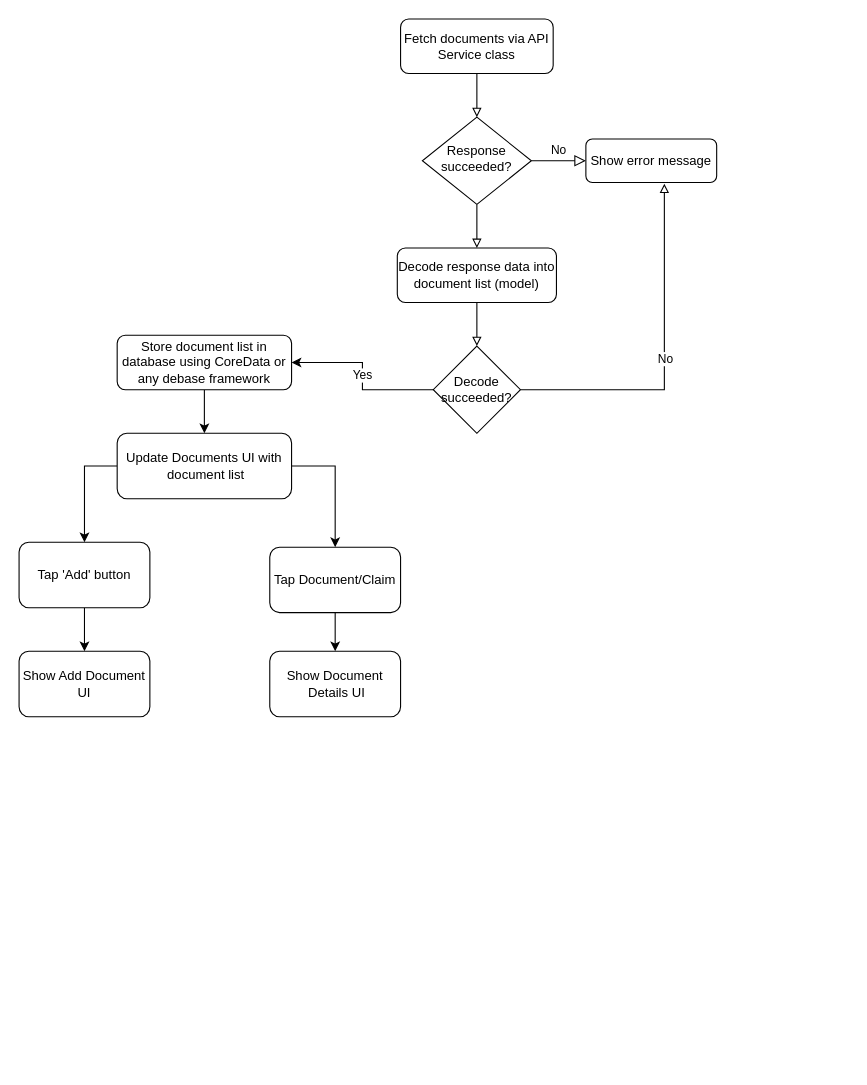
The draw.io diagram Fetch Documents Diagram.drawio in stevenhuynh/Diagrams, before the edit. Source tidied: cells renumbered, new cells numbered last; positions are measured from the earlier drawing's top-left corner, leaving out a move shared by most shapes. Both pictures are drawn from the tidied source at 109%, with x=0, y=0 at pixel (19, 19).
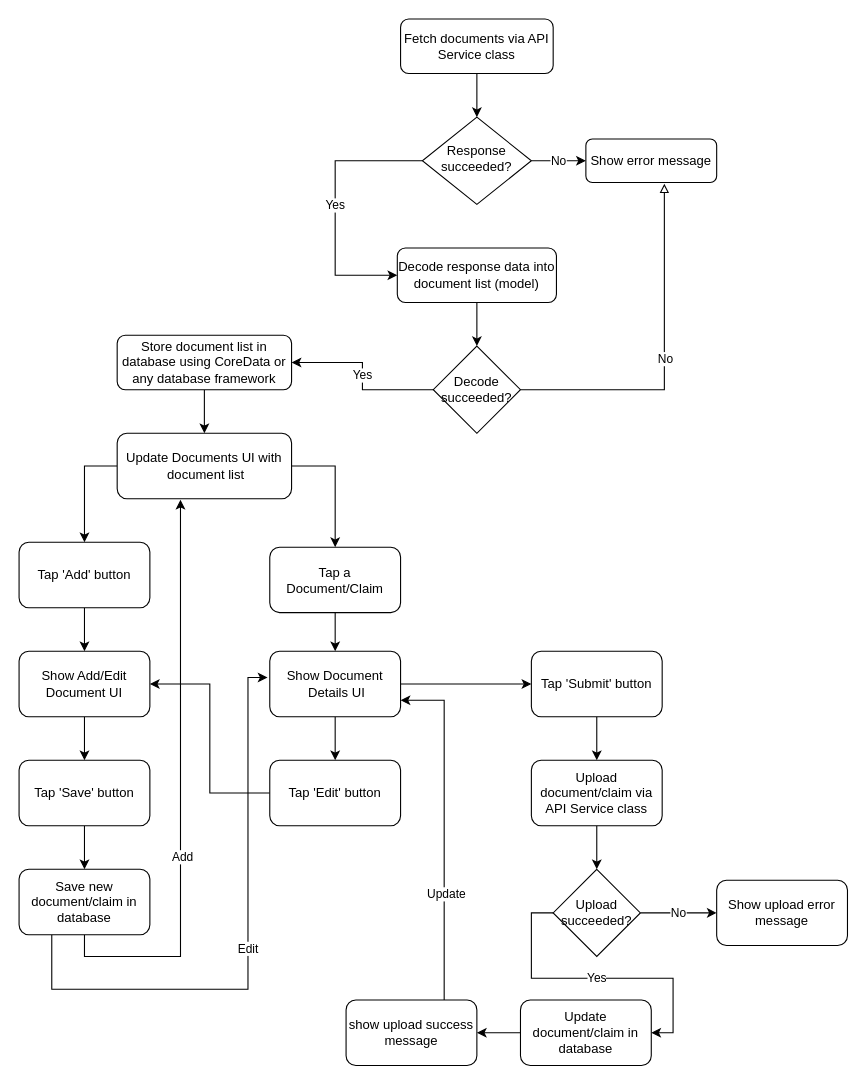
The same diagram, later.

The change refers to these unchanged cells:
```xml
<mxCell id="4" value="Response succeeded?" style="rhombus;whiteSpace=wrap;html=1;shadow=0;fontFamily=Helvetica;fontSize=12;align=center;strokeWidth=1;spacing=6;spacingTop=-4;" parent="1" vertex="1">
  <mxGeometry x="370" y="90" width="100" height="80" as="geometry" />
</mxCell>
<mxCell id="6" value="Fetch documents via API Service class" style="rounded=1;whiteSpace=wrap;html=1;" parent="1" vertex="1">
  <mxGeometry x="350" width="140" height="50" as="geometry" />
</mxCell>
<mxCell id="10" value="Decode response data into document list (model)" style="rounded=1;whiteSpace=wrap;html=1;" parent="1" vertex="1">
  <mxGeometry x="347" y="210" width="146" height="50" as="geometry" />
</mxCell>
<mxCell id="12" value="Decode succeeded?" style="rhombus;whiteSpace=wrap;html=1;" parent="1" vertex="1">
  <mxGeometry x="380" y="300" width="80" height="80" as="geometry" />
</mxCell>
<mxCell id="17" value="Update Documents UI with &amp;nbsp;document list" style="rounded=1;whiteSpace=wrap;html=1;" parent="1" vertex="1">
  <mxGeometry x="90" y="380" width="160" height="60" as="geometry" />
</mxCell>
<mxCell id="23" value="Show Document &amp;nbsp;Details UI" style="rounded=1;whiteSpace=wrap;html=1;" parent="1" vertex="1">
  <mxGeometry x="230" y="580" width="120" height="60" as="geometry" />
</mxCell>
```

Diff of the diagram source:
```diff
@@
-    <mxCell id="2" value="No" style="edgeStyle=orthogonalEdgeStyle;rounded=0;html=1;jettySize=auto;fontSize=11;endArrow=block;endFill=0;endSize=8;strokeWidth=1;shadow=0;labelBackgroundColor=none;" parent="1" edge="1" source="4" target="5">
-      <mxGeometry y="10" relative="1" as="geometry" />
+    <mxCell id="2" value="No" style="edgeStyle=orthogonalEdgeStyle;rounded=0;jettySize=auto;html=1;exitX=1;exitY=0.5;exitDx=0;exitDy=0;entryX=0;entryY=0.5;entryDx=0;entryDy=0;" parent="1" edge="1" source="4" target="5">
+      <mxGeometry relative="1" as="geometry" />
     </mxCell>
-    <mxCell id="3" style="edgeStyle=orthogonalEdgeStyle;rounded=0;jettySize=auto;html=1;endArrow=block;endFill=0;" parent="1" edge="1" source="4" target="10">
-      <mxGeometry relative="1" as="geometry" />
+    <mxCell id="3" value="Yes&lt;br&gt;" style="edgeStyle=orthogonalEdgeStyle;rounded=0;jettySize=auto;html=1;exitX=0;exitY=0.5;exitDx=0;exitDy=0;entryX=0;entryY=0.5;entryDx=0;entryDy=0;" parent="1" edge="1" source="4" target="10">
+      <mxGeometry relative="1" as="geometry">
+        <Array as="points">
+          <mxPoint x="290" y="130" />
+          <mxPoint x="290" y="235" />
+        </Array>
+      </mxGeometry>
     </mxCell>
@@
-    <mxCell id="5" value="Show error message&lt;br&gt;" style="rounded=1;whiteSpace=wrap;html=1;fontSize=12;glass=0;strokeWidth=1;shadow=0;" parent="1" vertex="1">
+    <mxCell id="5" value="Show error message" style="rounded=1;whiteSpace=wrap;html=1;fontSize=12;glass=0;strokeWidth=1;shadow=0;" parent="1" vertex="1">
       <mxGeometry x="520" y="110" width="120" height="40" as="geometry" />
     </mxCell>
+    <mxCell id="8" style="edgeStyle=orthogonalEdgeStyle;rounded=0;jettySize=auto;html=1;exitX=0.5;exitY=1;exitDx=0;exitDy=0;entryX=0.5;entryY=0;entryDx=0;entryDy=0;" parent="1" edge="1" source="6" target="4">
+      <mxGeometry relative="1" as="geometry" />
+    </mxCell>
@@
-    <mxCell id="8" style="endArrow=block;html=1;rounded=0;exitX=0.5;exitY=1;exitDx=0;exitDy=0;entryX=0.5;entryY=0;entryDx=0;entryDy=0;endFill=0;" parent="1" edge="1" source="6" target="4">
-      <mxGeometry relative="1" as="geometry" />
-    </mxCell>
-    <mxCell id="9" style="edgeStyle=orthogonalEdgeStyle;rounded=0;jettySize=auto;html=1;exitX=0.5;exitY=1;exitDx=0;exitDy=0;entryX=0.5;entryY=0;entryDx=0;entryDy=0;endArrow=block;endFill=0;" parent="1" edge="1" source="10" target="12">
+    <mxCell id="9" style="edgeStyle=orthogonalEdgeStyle;rounded=0;jettySize=auto;html=1;exitX=0.5;exitY=1;exitDx=0;exitDy=0;" parent="1" edge="1" source="10" target="12">
       <mxGeometry relative="1" as="geometry" />
     </mxCell>
@@
-    <mxCell id="14" value="Store document list in database using CoreData or any debase framework" style="rounded=1;whiteSpace=wrap;html=1;" parent="1" vertex="1">
+    <mxCell id="14" value="Store document list in database using CoreData or any database framework" style="rounded=1;whiteSpace=wrap;html=1;" parent="1" vertex="1">
       <mxGeometry x="90" y="290" width="160" height="50" as="geometry" />
     </mxCell>
@@
+    <mxCell id="26" style="edgeStyle=orthogonalEdgeStyle;rounded=0;jettySize=auto;html=1;exitX=0.5;exitY=1;exitDx=0;exitDy=0;entryX=0.5;entryY=0;entryDx=0;entryDy=0;" parent="1" edge="1" source="20" target="30">
+      <mxGeometry relative="1" as="geometry" />
+    </mxCell>
-    <mxCell id="20" value="Show Add Document UI" style="rounded=1;whiteSpace=wrap;html=1;" parent="1" vertex="1">
+    <mxCell id="20" value="Show Add/Edit Document UI" style="rounded=1;whiteSpace=wrap;html=1;" parent="1" vertex="1">
       <mxGeometry y="580" width="120" height="60" as="geometry" />
     </mxCell>
@@
-    <mxCell id="22" value="Tap Document/Claim" style="rounded=1;whiteSpace=wrap;html=1;" parent="1" vertex="1">
+    <mxCell id="22" value="Tap a Document/Claim" style="rounded=1;whiteSpace=wrap;html=1;" parent="1" vertex="1">
       <mxGeometry x="230" y="484.5" width="120" height="60" as="geometry" />
     </mxCell>
+    <mxCell id="27" style="edgeStyle=orthogonalEdgeStyle;rounded=0;jettySize=auto;html=1;exitX=0.5;exitY=1;exitDx=0;exitDy=0;entryX=0.5;entryY=0;entryDx=0;entryDy=0;" parent="1" edge="1" source="23" target="36">
+      <mxGeometry relative="1" as="geometry" />
+    </mxCell>
+    <mxCell id="28" style="edgeStyle=orthogonalEdgeStyle;rounded=0;jettySize=auto;html=1;exitX=1;exitY=0.5;exitDx=0;exitDy=0;entryX=0;entryY=0.5;entryDx=0;entryDy=0;" parent="1" edge="1" source="23" target="38">
+      <mxGeometry relative="1" as="geometry" />
+    </mxCell>
@@
+    <mxCell id="29" style="edgeStyle=orthogonalEdgeStyle;rounded=0;jettySize=auto;html=1;exitX=0.5;exitY=1;exitDx=0;exitDy=0;entryX=0.5;entryY=0;entryDx=0;entryDy=0;" parent="1" edge="1" source="30" target="34">
+      <mxGeometry relative="1" as="geometry" />
+    </mxCell>
+    <mxCell id="30" value="Tap 'Save' button" style="rounded=1;whiteSpace=wrap;html=1;" parent="1" vertex="1">
+      <mxGeometry y="680" width="120" height="60" as="geometry" />
+    </mxCell>
+    <mxCell id="31" style="edgeStyle=orthogonalEdgeStyle;rounded=0;jettySize=auto;html=1;exitX=0.5;exitY=1;exitDx=0;exitDy=0;entryX=0.363;entryY=1.017;entryDx=0;entryDy=0;entryPerimeter=0;" parent="1" edge="1" source="34" target="17">
+      <mxGeometry relative="1" as="geometry" />
+    </mxCell>
+    <mxCell id="32" value="Add" style="edgeLabel;html=1;align=center;verticalAlign=middle;" parent="31" vertex="1">
+      <mxGeometry x="-0.24" y="-1" relative="1" as="geometry" />
+    </mxCell>
+    <mxCell id="33" value="Edit" style="edgeStyle=orthogonalEdgeStyle;rounded=0;jettySize=auto;html=1;exitX=0.25;exitY=1;exitDx=0;exitDy=0;entryX=-0.017;entryY=0.4;entryDx=0;entryDy=0;entryPerimeter=0;" parent="1" edge="1" source="34" target="23">
+      <mxGeometry relative="1" as="geometry">
+        <Array as="points">
+          <mxPoint x="30" y="890" />
+          <mxPoint x="210" y="890" />
+          <mxPoint x="210" y="604" />
+        </Array>
+      </mxGeometry>
+    </mxCell>
+    <mxCell id="34" value="Save new document/claim in database" style="rounded=1;whiteSpace=wrap;html=1;" parent="1" vertex="1">
+      <mxGeometry y="780" width="120" height="60" as="geometry" />
+    </mxCell>
+    <mxCell id="35" style="edgeStyle=orthogonalEdgeStyle;rounded=0;jettySize=auto;html=1;exitX=0;exitY=0.5;exitDx=0;exitDy=0;entryX=1;entryY=0.5;entryDx=0;entryDy=0;" parent="1" edge="1" source="36" target="20">
+      <mxGeometry relative="1" as="geometry" />
+    </mxCell>
+    <mxCell id="36" value="Tap 'Edit' button" style="rounded=1;whiteSpace=wrap;html=1;" parent="1" vertex="1">
+      <mxGeometry x="230" y="680" width="120" height="60" as="geometry" />
+    </mxCell>
+    <mxCell id="37" style="edgeStyle=orthogonalEdgeStyle;rounded=0;jettySize=auto;html=1;exitX=0.5;exitY=1;exitDx=0;exitDy=0;entryX=0.5;entryY=0;entryDx=0;entryDy=0;" parent="1" edge="1" source="38" target="40">
+      <mxGeometry relative="1" as="geometry" />
+    </mxCell>
+    <mxCell id="38" value="Tap 'Submit' button" style="rounded=1;whiteSpace=wrap;html=1;" parent="1" vertex="1">
+      <mxGeometry x="470" y="580" width="120" height="60" as="geometry" />
+    </mxCell>
+    <mxCell id="39" style="edgeStyle=orthogonalEdgeStyle;rounded=0;jettySize=auto;html=1;exitX=0.5;exitY=1;exitDx=0;exitDy=0;entryX=0.5;entryY=0;entryDx=0;entryDy=0;" parent="1" edge="1" source="40" target="43">
+      <mxGeometry relative="1" as="geometry" />
+    </mxCell>
+    <mxCell id="40" value="Upload document/claim via API Service class" style="rounded=1;whiteSpace=wrap;html=1;" parent="1" vertex="1">
+      <mxGeometry x="470" y="680" width="120" height="60" as="geometry" />
+    </mxCell>
+    <mxCell id="41" value="No&lt;br&gt;" style="edgeStyle=orthogonalEdgeStyle;rounded=0;jettySize=auto;html=1;exitX=1;exitY=0.5;exitDx=0;exitDy=0;entryX=0;entryY=0.5;entryDx=0;entryDy=0;" parent="1" edge="1" source="43" target="44">
+      <mxGeometry relative="1" as="geometry" />
+    </mxCell>
+    <mxCell id="42" value="Yes" style="edgeStyle=orthogonalEdgeStyle;rounded=0;jettySize=auto;html=1;exitX=0;exitY=0.5;exitDx=0;exitDy=0;entryX=1;entryY=0.5;entryDx=0;entryDy=0;" parent="1" edge="1" source="43" target="46">
+      <mxGeometry relative="1" as="geometry" />
+    </mxCell>
+    <mxCell id="43" value="Upload succeeded?" style="rhombus;whiteSpace=wrap;html=1;" parent="1" vertex="1">
+      <mxGeometry x="490" y="780" width="80" height="80" as="geometry" />
+    </mxCell>
+    <mxCell id="44" value="Show upload error message" style="rounded=1;whiteSpace=wrap;html=1;" parent="1" vertex="1">
+      <mxGeometry x="640" y="790" width="120" height="60" as="geometry" />
+    </mxCell>
+    <mxCell id="45" style="edgeStyle=orthogonalEdgeStyle;rounded=0;jettySize=auto;html=1;exitX=0;exitY=0.5;exitDx=0;exitDy=0;" parent="1" edge="1" source="46" target="49">
+      <mxGeometry relative="1" as="geometry" />
+    </mxCell>
+    <mxCell id="46" value="Update document/claim in database" style="rounded=1;whiteSpace=wrap;html=1;" parent="1" vertex="1">
+      <mxGeometry x="460" y="900" width="120" height="60" as="geometry" />
+    </mxCell>
+    <mxCell id="47" style="edgeStyle=orthogonalEdgeStyle;rounded=0;jettySize=auto;html=1;exitX=0.75;exitY=0;exitDx=0;exitDy=0;entryX=1;entryY=0.75;entryDx=0;entryDy=0;" parent="1" edge="1" source="49" target="23">
+      <mxGeometry relative="1" as="geometry" />
+    </mxCell>
+    <mxCell id="48" value="Update" style="edgeLabel;html=1;align=center;verticalAlign=middle;" parent="47" vertex="1">
+      <mxGeometry x="-0.38" y="-1" relative="1" as="geometry" />
+    </mxCell>
+    <mxCell id="49" value="show upload success message" style="rounded=1;whiteSpace=wrap;html=1;" parent="1" vertex="1">
+      <mxGeometry x="300" y="900" width="120" height="60" as="geometry" />
+    </mxCell>
```
